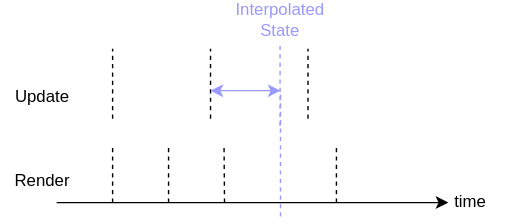
The draw.io diagram public/posts/timestep-and-frame-pacing/resources/timestep_4.svg in raylee9919/raylee9919.github.io, before a commit. Source tidied: cells renumbered, new cells last; positions are measured from the earlier drawing's top-left corner, leaving out a move shared by most shapes.
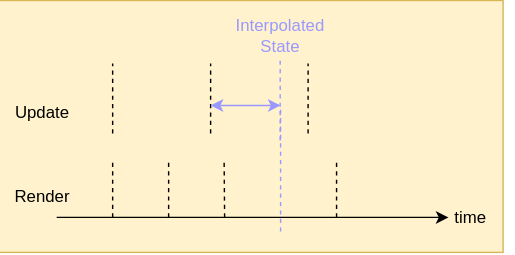
After the change.

Diff of the diagram source:
```diff
@@ -2,83 +2,86 @@
   <root>
     <mxCell id="0" />
     <mxCell id="1" parent="0" />
-    <mxCell id="2" style="endArrow=classic;html=1;rounded=0;" parent="1" edge="1">
-      <mxGeometry relative="1" as="geometry">
-        <mxPoint x="40" y="145" as="sourcePoint" />
-        <mxPoint x="320" y="145" as="targetPoint" />
-      </mxGeometry>
+    <mxCell id="2" style="rounded=0;whiteSpace=wrap;html=1;fillColor=#fff2cc;strokeColor=#d6b656;" parent="1" vertex="1">
+      <mxGeometry x="-1" y="-10" width="360" height="180" as="geometry" />
     </mxCell>
-    <mxCell id="3" style="endArrow=none;dashed=1;html=1;rounded=0;" parent="1" edge="1">
+    <mxCell id="3" style="endArrow=classic;html=1;rounded=0;" parent="1" edge="1">
       <mxGeometry relative="1" as="geometry">
-        <mxPoint x="80" y="145" as="sourcePoint" />
-        <mxPoint x="80" y="105" as="targetPoint" />
+        <mxPoint x="40" y="145" as="sourcePoint" />
+        <mxPoint x="320" y="145" as="targetPoint" />
       </mxGeometry>
     </mxCell>
     <mxCell id="4" style="endArrow=none;dashed=1;html=1;rounded=0;" parent="1" edge="1">
       <mxGeometry relative="1" as="geometry">
-        <mxPoint x="120" y="145" as="sourcePoint" />
-        <mxPoint x="120" y="105" as="targetPoint" />
+        <mxPoint x="80" y="145" as="sourcePoint" />
+        <mxPoint x="80" y="105" as="targetPoint" />
       </mxGeometry>
     </mxCell>
     <mxCell id="5" style="endArrow=none;dashed=1;html=1;rounded=0;" parent="1" edge="1">
       <mxGeometry relative="1" as="geometry">
-        <mxPoint x="160" y="145" as="sourcePoint" />
-        <mxPoint x="159.7" y="105" as="targetPoint" />
+        <mxPoint x="120" y="145" as="sourcePoint" />
+        <mxPoint x="120" y="105" as="targetPoint" />
       </mxGeometry>
     </mxCell>
-    <mxCell id="6" style="endArrow=none;dashed=1;html=1;rounded=0;strokeColor=#9999FF;exitX=0.5;exitY=0;exitDx=0;exitDy=0;" parent="1" edge="1">
+    <mxCell id="6" style="endArrow=none;dashed=1;html=1;rounded=0;" parent="1" edge="1">
       <mxGeometry relative="1" as="geometry">
-        <mxPoint x="200" y="155" as="sourcePoint" />
-        <mxPoint x="200" y="65" as="targetPoint" />
+        <mxPoint x="160" y="145" as="sourcePoint" />
+        <mxPoint x="159.7" y="105" as="targetPoint" />
       </mxGeometry>
     </mxCell>
-    <mxCell id="7" style="endArrow=none;dashed=1;html=1;rounded=0;" parent="1" edge="1">
+    <mxCell id="7" style="endArrow=none;dashed=1;html=1;rounded=0;strokeColor=#9999FF;exitX=0.5;exitY=0;exitDx=0;exitDy=0;" parent="1" edge="1">
       <mxGeometry relative="1" as="geometry">
-        <mxPoint x="240" y="145" as="sourcePoint" />
-        <mxPoint x="240" y="105" as="targetPoint" />
+        <mxPoint x="200" y="155" as="sourcePoint" />
+        <mxPoint x="200" y="65" as="targetPoint" />
       </mxGeometry>
     </mxCell>
     <mxCell id="8" style="endArrow=none;dashed=1;html=1;rounded=0;" parent="1" edge="1">
       <mxGeometry relative="1" as="geometry">
-        <mxPoint x="80" y="85" as="sourcePoint" />
-        <mxPoint x="80" y="35" as="targetPoint" />
+        <mxPoint x="240" y="145" as="sourcePoint" />
+        <mxPoint x="240" y="105" as="targetPoint" />
       </mxGeometry>
     </mxCell>
     <mxCell id="9" style="endArrow=none;dashed=1;html=1;rounded=0;" parent="1" edge="1">
       <mxGeometry relative="1" as="geometry">
-        <mxPoint x="150" y="85" as="sourcePoint" />
-        <mxPoint x="150" y="35" as="targetPoint" />
+        <mxPoint x="80" y="85" as="sourcePoint" />
+        <mxPoint x="80" y="35" as="targetPoint" />
       </mxGeometry>
     </mxCell>
     <mxCell id="10" style="endArrow=none;dashed=1;html=1;rounded=0;" parent="1" edge="1">
       <mxGeometry relative="1" as="geometry">
-        <mxPoint x="219.7" y="85" as="sourcePoint" />
-        <mxPoint x="219.7" y="35" as="targetPoint" />
+        <mxPoint x="150" y="85" as="sourcePoint" />
+        <mxPoint x="150" y="35" as="targetPoint" />
       </mxGeometry>
     </mxCell>
-    <mxCell id="11" value="time" style="text;html=1;whiteSpace=wrap;strokeColor=none;fillColor=none;align=center;verticalAlign=middle;rounded=0;" parent="1" vertex="1">
-      <mxGeometry x="306" y="130" width="60" height="30" as="geometry" />
+    <mxCell id="11" style="endArrow=none;dashed=1;html=1;rounded=0;" parent="1" edge="1">
+      <mxGeometry relative="1" as="geometry">
+        <mxPoint x="219.7" y="85" as="sourcePoint" />
+        <mxPoint x="219.7" y="35" as="targetPoint" />
+      </mxGeometry>
     </mxCell>
-    <mxCell id="12" value="Update" style="text;html=1;whiteSpace=wrap;strokeColor=none;fillColor=none;align=center;verticalAlign=middle;rounded=0;" parent="1" vertex="1">
-      <mxGeometry y="55" width="60" height="30" as="geometry" />
+    <mxCell id="12" value="time" style="text;html=1;whiteSpace=wrap;strokeColor=none;fillColor=none;align=center;verticalAlign=middle;rounded=0;" parent="1" vertex="1">
+      <mxGeometry x="306" y="130" width="60" height="30" as="geometry" />
     </mxCell>
-    <mxCell id="13" value="Render" style="text;html=1;whiteSpace=wrap;strokeColor=none;fillColor=none;align=center;verticalAlign=middle;rounded=0;" parent="1" vertex="1">
-      <mxGeometry y="115" width="60" height="30" as="geometry" />
+    <mxCell id="13" value="Update" style="text;html=1;whiteSpace=wrap;strokeColor=none;fillColor=none;align=center;verticalAlign=middle;rounded=0;" parent="1" vertex="1">
+      <mxGeometry y="55" width="60" height="30" as="geometry" />
     </mxCell>
-    <mxCell id="14" style="endArrow=classic;startArrow=classic;html=1;rounded=0;fillColor=#dae8fc;strokeColor=#9999FF;" parent="1" edge="1">
-      <mxGeometry relative="1" as="geometry">
-        <mxPoint x="150" y="65" as="sourcePoint" />
-        <mxPoint x="200" y="65" as="targetPoint" />
-      </mxGeometry>
+    <mxCell id="14" value="Render" style="text;html=1;whiteSpace=wrap;strokeColor=none;fillColor=none;align=center;verticalAlign=middle;rounded=0;" parent="1" vertex="1">
+      <mxGeometry y="115" width="60" height="30" as="geometry" />
     </mxCell>
-    <mxCell id="15" style="endArrow=none;dashed=1;html=1;rounded=0;strokeColor=#9999FF;" parent="1" edge="1">
+    <mxCell id="15" style="endArrow=classic;startArrow=classic;html=1;rounded=0;fillColor=#dae8fc;strokeColor=#9999FF;" parent="1" edge="1">
       <mxGeometry relative="1" as="geometry">
-        <mxPoint x="199.7" y="90" as="sourcePoint" />
-        <mxPoint x="199.7" y="30" as="targetPoint" />
+        <mxPoint x="150" y="65" as="sourcePoint" />
+        <mxPoint x="200" y="65" as="targetPoint" />
       </mxGeometry>
     </mxCell>
-    <mxCell id="16" value="&lt;span style=&quot;color: rgb(153, 153, 255);&quot;&gt;Interpolated State&lt;/span&gt;" style="text;html=1;whiteSpace=wrap;strokeColor=none;fillColor=none;align=center;verticalAlign=middle;rounded=0;" parent="1" vertex="1">
-      <mxGeometry x="165" width="70" height="30" as="geometry" />
+    <mxCell id="16" style="endArrow=none;dashed=1;html=1;rounded=0;strokeColor=#9999FF;" parent="1" edge="1">
+      <mxGeometry relative="1" as="geometry">
+        <mxPoint x="199.7" y="90" as="sourcePoint" />
+        <mxPoint x="199.7" y="30" as="targetPoint" />
+      </mxGeometry>
     </mxCell>
+    <mxCell id="17" value="&lt;span style=&quot;color: rgb(153, 153, 255);&quot;&gt;Interpolated State&lt;/span&gt;" style="text;html=1;whiteSpace=wrap;strokeColor=none;fillColor=none;align=center;verticalAlign=middle;rounded=0;" parent="1" vertex="1">
+      <mxGeometry x="165" width="70" height="30" as="geometry" />
+    </mxCell>
   </root>
 </mxGraphModel>
```
